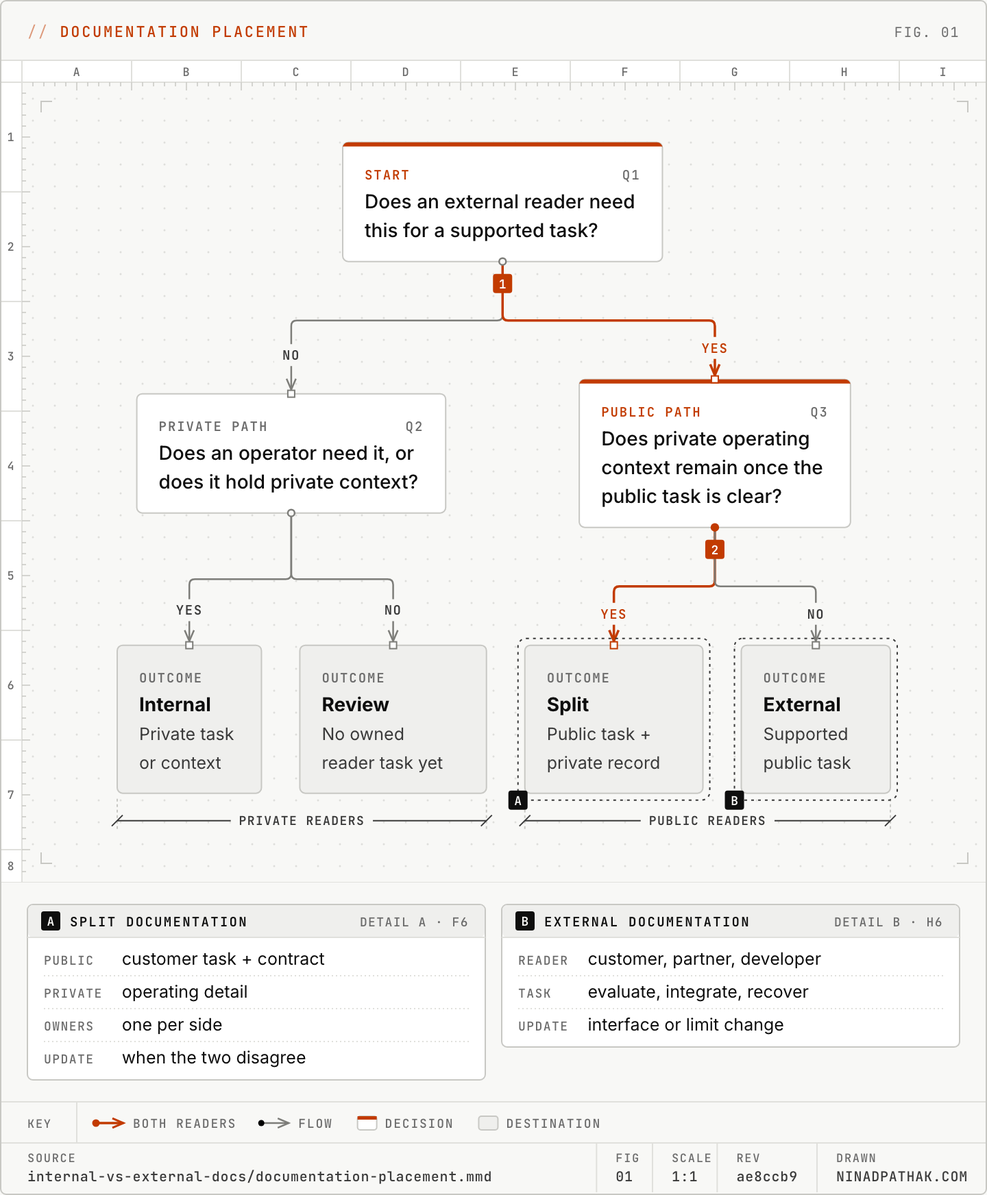
ninadpathak/ninadpathak keeps this Mermaid diagram as static/images/diagrams/internal-vs-external-docs/documentation-placement.light.png. Above is the earlier version. Its source is kept beside it as content/diagrams/internal-vs-external-docs/documentation-placement.mmd. The source it was exported from:
```mermaid
flowchart TB
  reader["§Start | Q1
Does an external reader need this for a supported task?"]:::accent
  private["§Private path | Q2
Does an operator need it, or does it hold private context?"]
  public["§Public path | Q3
Does private operating context remain once the public task is clear?"]:::accent
  internal["`§Outcome
**Internal**
~Private task
or context`"]:::outcome
  review["`§Outcome
**Review**
~No owned
reader task yet`"]:::outcome
  split["`§Outcome
**Split**
~Public task +
private record`"]:::outcome
  external["`§Outcome
**External**
~Supported
public task`"]:::outcome
  reader -->|no| private
  reader -->|yes| public
  private -->|yes| internal
  private -->|no| review
  public -->|yes| split
  public -->|no| external
```
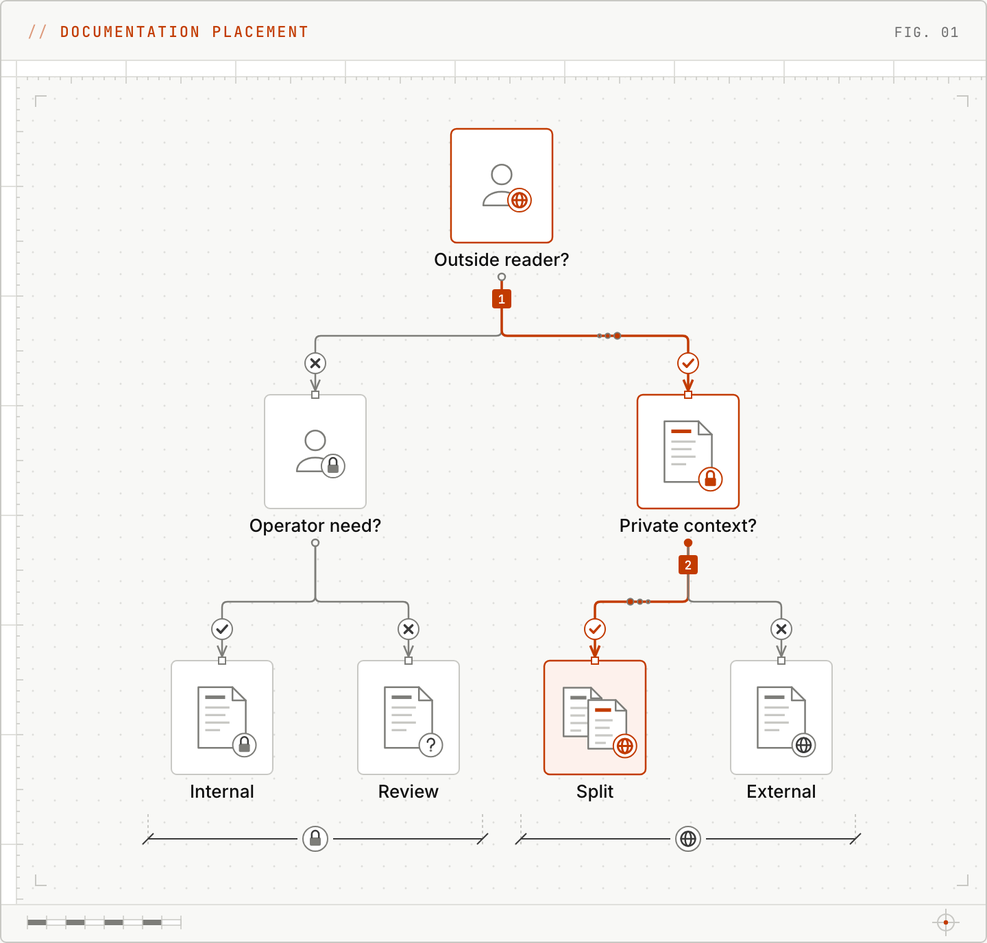
Later version of the same file.

Diff of the diagram source:
```diff
@@ -1,26 +1,11 @@
 flowchart TB
-  reader["§Start | Q1
-Does an external reader need this for a supported task?"]:::accent
-  private["§Private path | Q2
-Does an operator need it, or does it hold private context?"]
-  public["§Public path | Q3
-Does private operating context remain once the public task is clear?"]:::accent
-  internal["`§Outcome
-**Internal**
-~Private task
-or context`"]:::outcome
-  review["`§Outcome
-**Review**
-~No owned
-reader task yet`"]:::outcome
-  split["`§Outcome
-**Split**
-~Public task +
-private record`"]:::outcome
-  external["`§Outcome
-**External**
-~Supported
-public task`"]:::outcome
+  reader["Outside reader?"]:::accent
+  private["Operator need?"]
+  public["Private context?"]:::accent
+  internal["Internal"]
+  review["Review"]
+  split["Split"]:::focal
+  external["External"]
   reader -->|no| private
   reader -->|yes| public
   private -->|yes| internal
```
